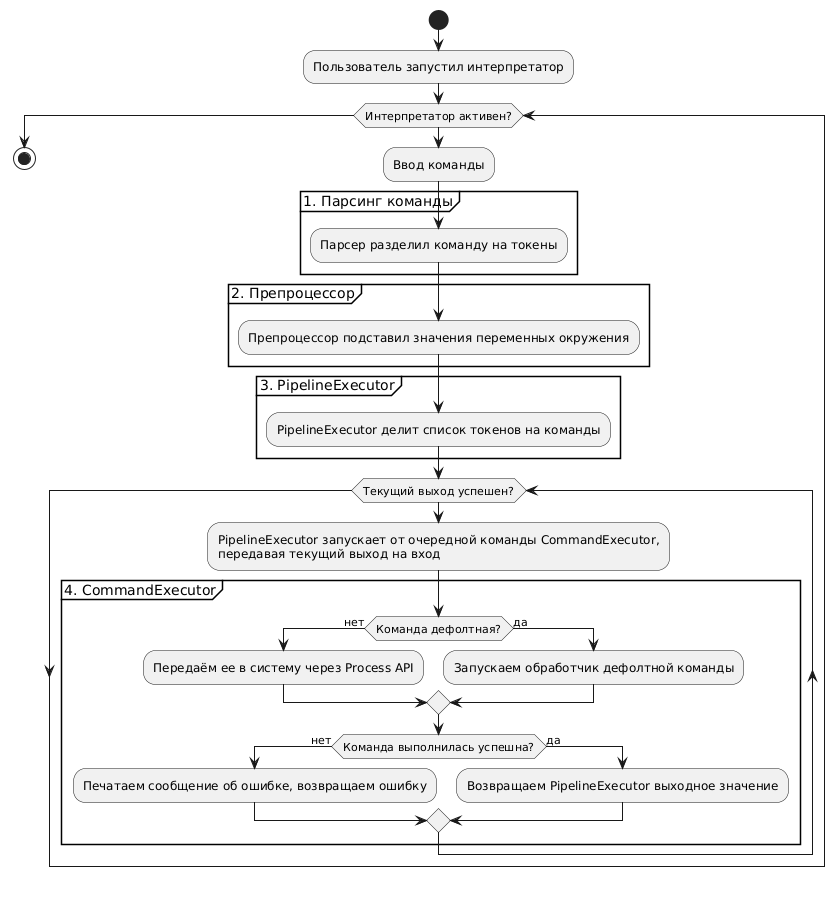
Earlier version of the PlantUML export docs/img/activity.png (EkaterinaNikolaeva/hse-software-design-cli).
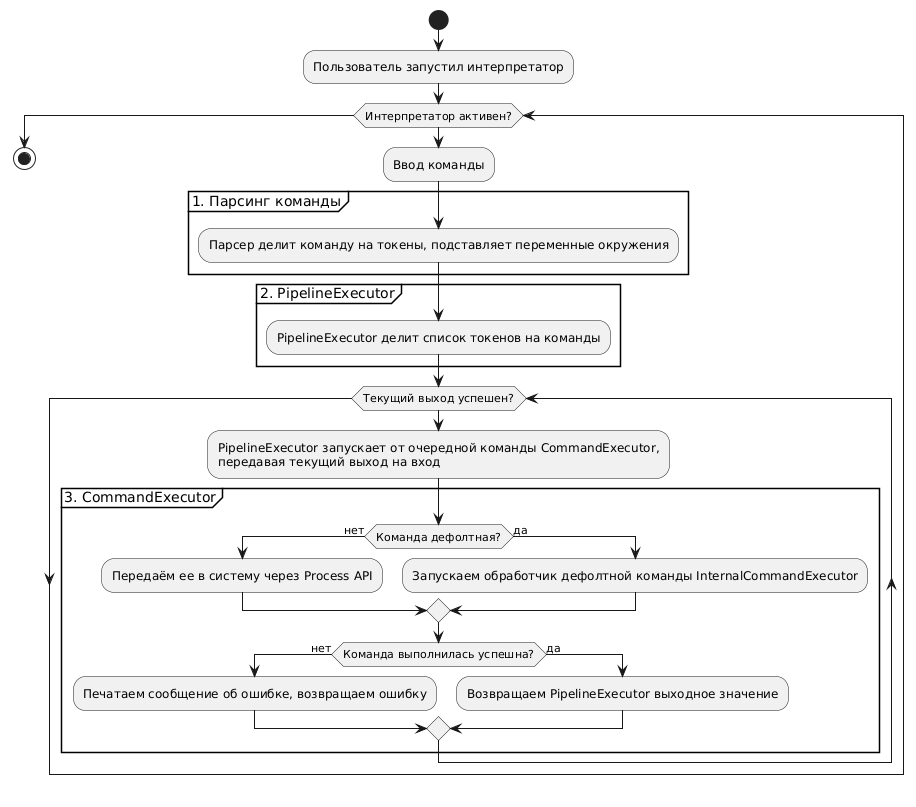
Later version of the same file.

Commit message:
Add info about Internal command executor

Diff of the diagram source:
```diff
@@ -5,24 +5,20 @@
   :Ввод команды;
 
   group 1. Парсинг команды
-    :Парсер разделил команду на токены;
+    :Парсер делит команду на токены, подставляет переменные окружения;
   end group
 
-  group 2. Препроцессор
-    :Препроцессор подставил значения переменных окружения;
-  end group
-
-  group 3. PipelineExecutor
+  group 2. PipelineExecutor
     :PipelineExecutor делит список токенов на команды;
   end group
 
   while (Текущий выход успешен?)
   :PipelineExecutor запускает от очередной команды CommandExecutor,\nпередавая текущий выход на вход;
-  group 4. CommandExecutor
+  group 3. CommandExecutor
     if (Команда дефолтная?) then (нет)
       :Передаём ее в систему через Process API;
     else (да)
-      :Запускаем обработчик дефолтной команды;
+      :Запускаем обработчик дефолтной команды InternalCommandExecutor;
     endif
 
     if (Команда выполнилась успешна?) then (нет)
```
